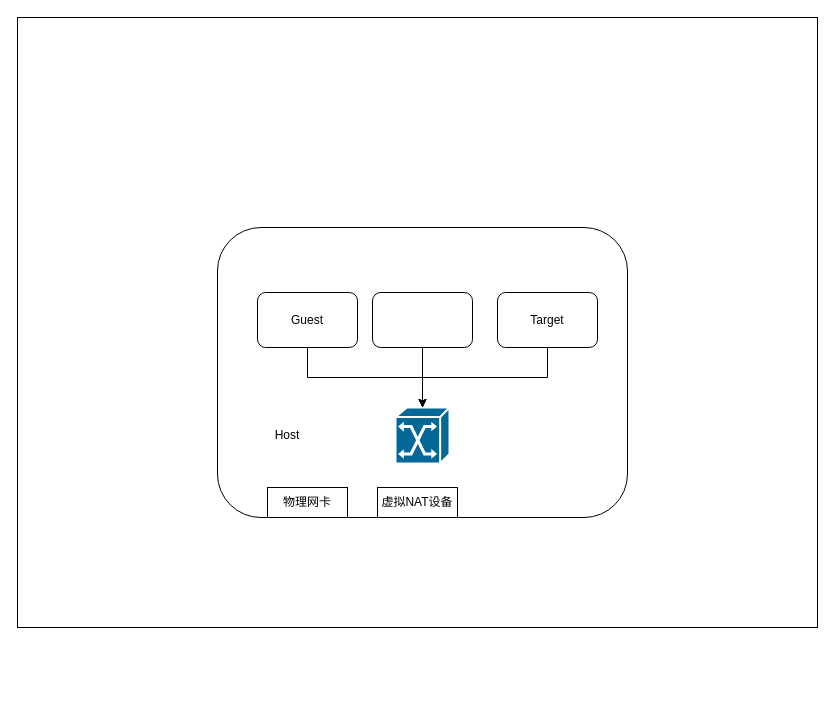
Above: 未命11名绘图.drawio in Amber0130/Other (draw.io), before the change. Source tidied: cells renumbered, new cells numbered last; positions are measured from the earlier drawing's top-left corner, leaving out a move shared by most shapes. Both pictures are drawn from the tidied source at 100%, with x=0, y=0 at pixel (17, 17).
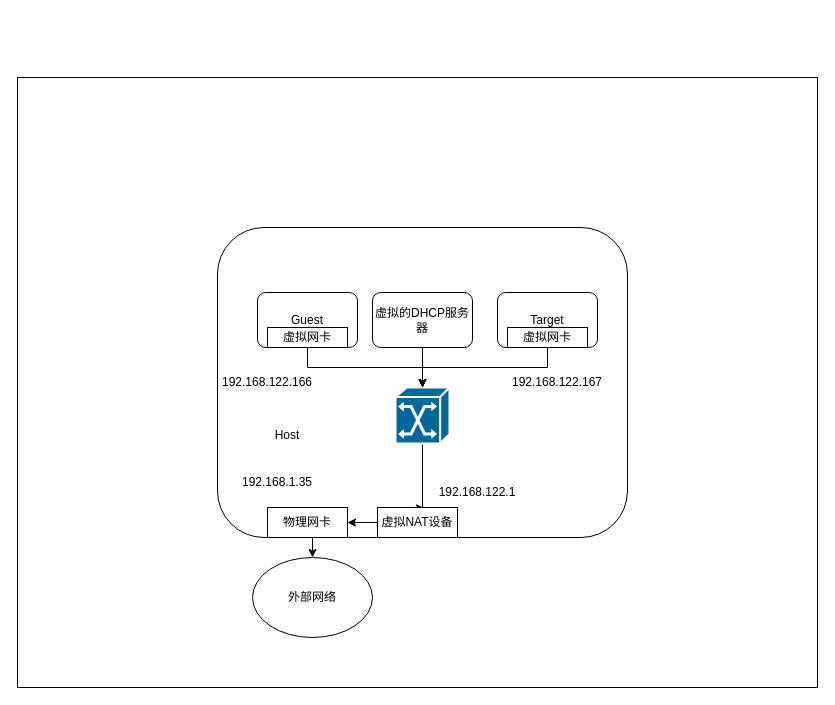
Above is the later version.

Commit message (it also covers changes not shown here):
更新未命11名绘图.drawio

What changed in the source:
```diff
@@
     <mxCell id="2" style="rounded=0;whiteSpace=wrap;html=1;" parent="1" vertex="1">
-      <mxGeometry width="800" height="610" as="geometry" />
+      <mxGeometry y="60" width="800" height="610" as="geometry" />
     </mxCell>
     <mxCell id="3" style="rounded=1;whiteSpace=wrap;html=1;" parent="1" vertex="1">
-      <mxGeometry x="200" y="210" width="410" height="290" as="geometry" />
+      <mxGeometry x="200" y="210" width="410" height="310" as="geometry" />
     </mxCell>
+    <mxCell id="14" style="edgeStyle=orthogonalEdgeStyle;rounded=0;jettySize=auto;html=1;exitX=0.5;exitY=1;exitDx=0;exitDy=0;exitPerimeter=0;entryX=0.588;entryY=0.022;entryDx=0;entryDy=0;entryPerimeter=0;" parent="1" edge="1" source="4" target="12">
+      <mxGeometry relative="1" as="geometry">
+        <Array as="points">
+          <mxPoint x="405" y="491" />
+        </Array>
+      </mxGeometry>
+    </mxCell>
     <mxCell id="4" style="shape=mxgraph.cisco.switches.atm_switch;sketch=0;html=1;dashed=0;fillColor=#036897;strokeColor=#ffffff;strokeWidth=2;verticalLabelPosition=bottom;verticalAlign=top;align=center;outlineConnect=0;" parent="1" vertex="1">
-      <mxGeometry x="378" y="390" width="54" height="56" as="geometry" />
+      <mxGeometry x="378" y="370" width="54" height="56" as="geometry" />
     </mxCell>
@@
-    <mxCell id="8" style="rounded=1;whiteSpace=wrap;html=1;" parent="1" vertex="1">
+    <mxCell id="8" value="虚拟的DHCP服务器" style="rounded=1;whiteSpace=wrap;html=1;" parent="1" vertex="1">
       <mxGeometry x="355" y="275" width="100" height="55" as="geometry" />
     </mxCell>
@@
+    <mxCell id="15" style="edgeStyle=orthogonalEdgeStyle;rounded=0;jettySize=auto;html=1;exitX=0.5;exitY=1;exitDx=0;exitDy=0;entryX=0.5;entryY=0;entryDx=0;entryDy=0;" parent="1" edge="1" source="11" target="19">
+      <mxGeometry relative="1" as="geometry" />
+    </mxCell>
     <mxCell id="11" value="物理网卡" style="rounded=0;whiteSpace=wrap;html=1;" parent="1" vertex="1">
-      <mxGeometry x="250" y="470" width="80" height="30" as="geometry" />
+      <mxGeometry x="250" y="490" width="80" height="30" as="geometry" />
     </mxCell>
+    <mxCell id="16" style="edgeStyle=orthogonalEdgeStyle;rounded=0;jettySize=auto;html=1;exitX=0;exitY=0.5;exitDx=0;exitDy=0;entryX=1;entryY=0.5;entryDx=0;entryDy=0;" parent="1" edge="1" source="12" target="11">
+      <mxGeometry relative="1" as="geometry" />
+    </mxCell>
     <mxCell id="12" value="虚拟NAT设备" style="rounded=0;whiteSpace=wrap;html=1;" parent="1" vertex="1">
-      <mxGeometry x="360" y="470" width="80" height="30" as="geometry" />
+      <mxGeometry x="360" y="490" width="80" height="30" as="geometry" />
     </mxCell>
@@
+    <mxCell id="17" value="虚拟网卡" style="rounded=0;whiteSpace=wrap;html=1;" parent="1" vertex="1">
+      <mxGeometry x="250" y="310" width="80" height="20" as="geometry" />
+    </mxCell>
+    <mxCell id="18" value="虚拟网卡" style="rounded=0;whiteSpace=wrap;html=1;" parent="1" vertex="1">
+      <mxGeometry x="490" y="310" width="80" height="20" as="geometry" />
+    </mxCell>
+    <mxCell id="19" value="外部网络" style="ellipse;whiteSpace=wrap;html=1;" parent="1" vertex="1">
+      <mxGeometry x="235" y="540" width="120" height="80" as="geometry" />
+    </mxCell>
+    <mxCell id="20" style="edgeStyle=orthogonalEdgeStyle;rounded=0;orthogonalLoop=1;jettySize=auto;html=1;exitX=0.5;exitY=1;exitDx=0;exitDy=0;exitPerimeter=0;" parent="1" edge="1" source="4" target="4">
+      <mxGeometry relative="1" as="geometry" />
+    </mxCell>
+    <mxCell id="21" value="192.168.122.166" style="text;html=1;strokeColor=none;fillColor=none;align=center;verticalAlign=middle;whiteSpace=wrap;rounded=0;" parent="1" vertex="1">
+      <mxGeometry x="220" y="350" width="60" height="30" as="geometry" />
+    </mxCell>
+    <mxCell id="22" value="192.168.122.167" style="text;html=1;strokeColor=none;fillColor=none;align=center;verticalAlign=middle;whiteSpace=wrap;rounded=0;" parent="1" vertex="1">
+      <mxGeometry x="510" y="350" width="60" height="30" as="geometry" />
+    </mxCell>
+    <mxCell id="23" value="192.168.1.35" style="text;html=1;strokeColor=none;fillColor=none;align=center;verticalAlign=middle;whiteSpace=wrap;rounded=0;" parent="1" vertex="1">
+      <mxGeometry x="230" y="450" width="60" height="30" as="geometry" />
+    </mxCell>
+    <mxCell id="24" value="192.168.122.1" style="text;html=1;strokeColor=none;fillColor=none;align=center;verticalAlign=middle;whiteSpace=wrap;rounded=0;" parent="1" vertex="1">
+      <mxGeometry x="430" y="460" width="60" height="30" as="geometry" />
+    </mxCell>
```
